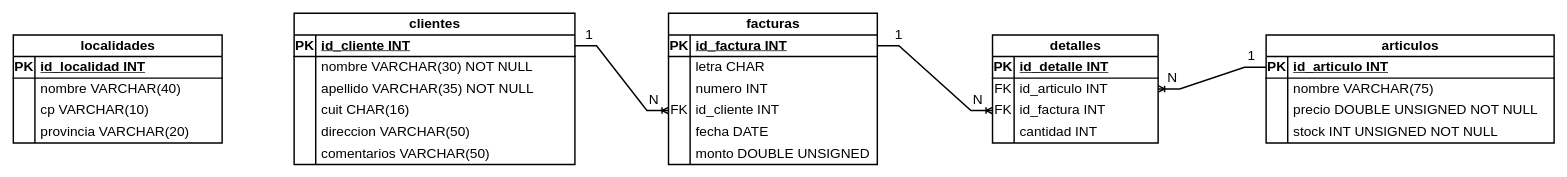
The draw.io diagram diagram/model-er.drawio in khalil-ali-viera-developer-java/proyecto-integrador-sql-digitalers, before the edit. Source tidied: cells renumbered, new cells numbered last; positions are measured from the earlier drawing's top-left corner, leaving out a move shared by most shapes. Both pictures are drawn from the tidied source at 72%, with x=0, y=0 at pixel (13, 13).
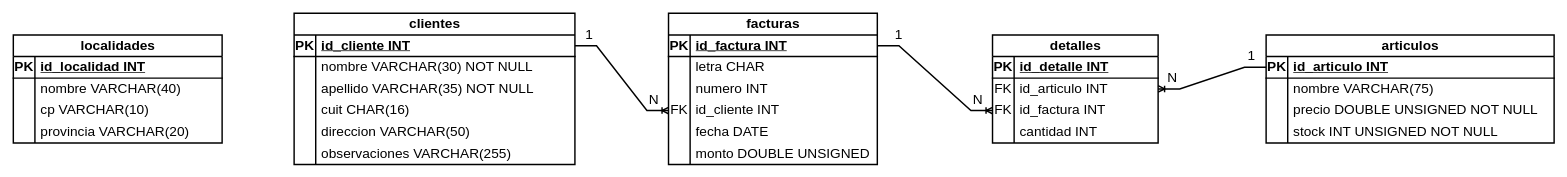
The same page after the edit.

Commit message:
Main 23° commit: Modifico el diagrama entidad relación con draw.io para modificar el nombre del campo comentarios por observaciones

The change refers to these unchanged cells:
```xml
<mxCell id="18" style="shape=tableRow;horizontal=0;startSize=0;swimlaneHead=0;swimlaneBody=0;fillColor=none;top=0;left=0;right=0;bottom=0;fontFamily=JetBrains Mono;fontSize=19;strokeWidth=2;" parent="2" vertex="1">
  <mxGeometry y="180" width="390" height="30" as="geometry" />
</mxCell>
```

What changed in the source:
```diff
@@
-    <mxCell id="20" value="comentarios VARCHAR(50)" style="shape=partialRectangle;fillColor=none;top=0;left=0;bottom=0;right=0;align=left;spacingLeft=6;overflow=hidden;whiteSpace=wrap;html=1;fontFamily=JetBrains Mono;fontSize=19;strokeWidth=2;" parent="18" vertex="1">
+    <mxCell id="20" value="observaciones VARCHAR(255)" style="shape=partialRectangle;fillColor=none;top=0;left=0;bottom=0;right=0;align=left;spacingLeft=6;overflow=hidden;whiteSpace=wrap;html=1;fontFamily=JetBrains Mono;fontSize=19;strokeWidth=2;" parent="18" vertex="1">
       <mxGeometry x="30" width="360" height="30" as="geometry" />
     </mxCell>
```
